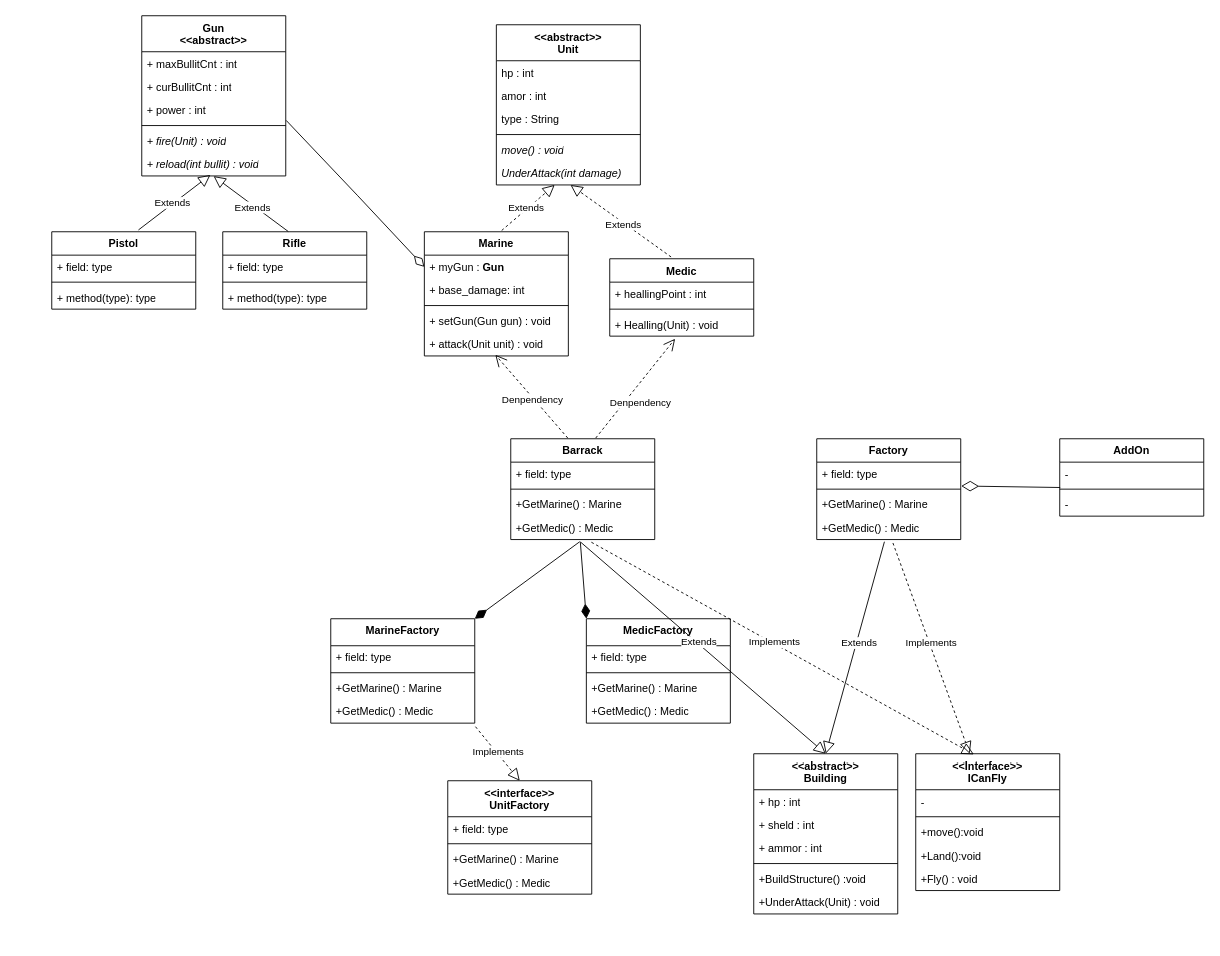
The draw.io diagram JAVABOOK/src/Ch35/02 StarCraft_new.drawio in STD-INFO-COMPUTING-WEB-2024-12-25/06_JAVA, before the edit. Source tidied: cells renumbered, new cells numbered last; positions are measured from the earlier drawing's top-left corner, leaving out a move shared by most shapes. Both pictures are drawn from the tidied source at 90%, with x=0, y=0 at pixel (51, 15).
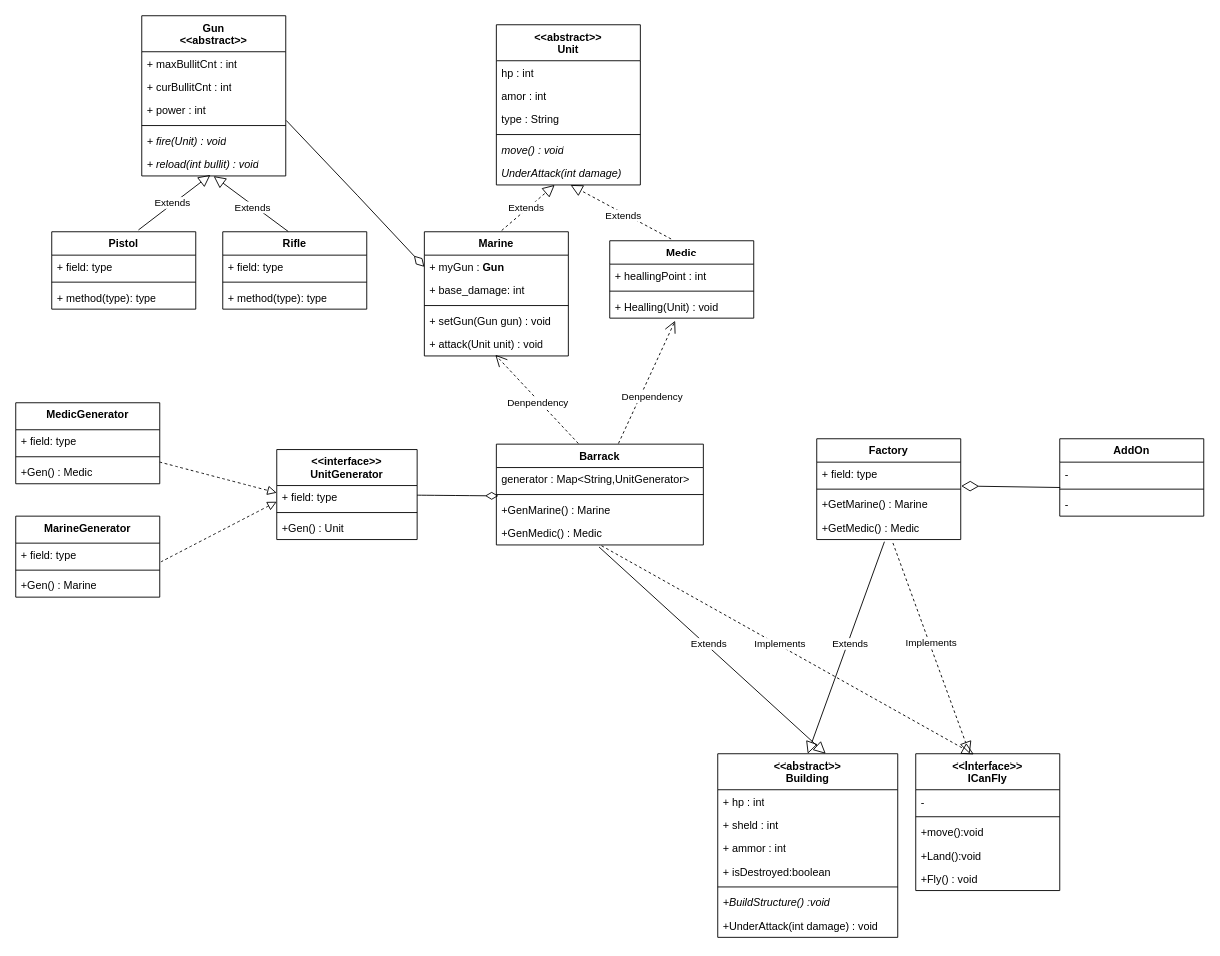
Above is the later version.

The change refers to these unchanged cells:
```xml
<mxCell id="58" value="+ field: type" style="text;strokeColor=none;fillColor=none;align=left;verticalAlign=top;spacingLeft=4;spacingRight=4;overflow=hidden;points=[[0,0.5],[1,0.5]];portConstraint=eastwest;whiteSpace=wrap;html=1;" parent="57" vertex="1">
  <mxGeometry y="30" width="160" height="26" as="geometry" />
</mxCell>
<mxCell id="87" value="&amp;lt;&amp;lt;Interface&amp;gt;&amp;gt;&lt;div&gt;&lt;/div&gt;&lt;div&gt;ICanFly&lt;/div&gt;" style="swimlane;fontStyle=1;align=center;verticalAlign=top;horizontal=1;startSize=40;whiteSpace=wrap;html=1;" parent="1" vertex="1">
  <mxGeometry x="960" y="820" width="160" height="152" as="geometry" />
</mxCell>
```

Diff of the diagram source:
```diff
@@
     <mxCell id="15" value="Medic" style="swimlane;fontStyle=1;align=center;verticalAlign=top;horizontal=1;startSize=26;whiteSpace=wrap;html=1;" parent="1" vertex="1">
-      <mxGeometry x="620" y="270" width="160" height="86" as="geometry" />
+      <mxGeometry x="620" y="250" width="160" height="86" as="geometry" />
     </mxCell>
@@
     <mxCell id="43" value="Barrack" style="swimlane;fontStyle=1;align=center;verticalAlign=top;horizontal=1;startSize=26;whiteSpace=wrap;html=1;" parent="1" vertex="1">
-      <mxGeometry x="510" y="470" width="160" height="112" as="geometry" />
+      <mxGeometry x="494" y="476" width="230" height="112" as="geometry" />
     </mxCell>
-    <mxCell id="44" value="+ field: type" style="text;strokeColor=none;fillColor=none;align=left;verticalAlign=top;spacingLeft=4;spacingRight=4;overflow=hidden;whiteSpace=wrap;html=1;" parent="43" vertex="1">
-      <mxGeometry y="26" width="160" height="26" as="geometry" />
+    <mxCell id="44" value="generator : Map&amp;lt;String,UnitGenerator&amp;gt;" style="text;strokeColor=none;fillColor=none;align=left;verticalAlign=top;spacingLeft=4;spacingRight=4;overflow=hidden;whiteSpace=wrap;html=1;" parent="43" vertex="1">
+      <mxGeometry y="26" width="230" height="26" as="geometry" />
     </mxCell>
     <mxCell id="45" style="line;strokeWidth=1;fillColor=none;align=left;verticalAlign=middle;spacingTop=-1;spacingLeft=3;spacingRight=3;labelPosition=right;points=[];portConstraint=eastwest;strokeColor=inherit;" parent="43" vertex="1">
-      <mxGeometry y="52" width="160" height="8" as="geometry" />
+      <mxGeometry y="52" width="230" height="8" as="geometry" />
     </mxCell>
-    <mxCell id="46" value="+GetMarine() : Marine" style="text;strokeColor=none;fillColor=none;align=left;verticalAlign=top;spacingLeft=4;spacingRight=4;overflow=hidden;whiteSpace=wrap;html=1;" parent="43" vertex="1">
-      <mxGeometry y="60" width="160" height="26" as="geometry" />
+    <mxCell id="46" value="+GenMarine() : Marine" style="text;strokeColor=none;fillColor=none;align=left;verticalAlign=top;spacingLeft=4;spacingRight=4;overflow=hidden;whiteSpace=wrap;html=1;" parent="43" vertex="1">
+      <mxGeometry y="60" width="230" height="26" as="geometry" />
     </mxCell>
-    <mxCell id="47" value="+GetMedic() : Medic" style="text;strokeColor=none;fillColor=none;align=left;verticalAlign=top;spacingLeft=4;spacingRight=4;overflow=hidden;points=[[0,0.5],[1,0.5]];portConstraint=eastwest;whiteSpace=wrap;html=1;" parent="43" vertex="1">
-      <mxGeometry y="86" width="160" height="26" as="geometry" />
+    <mxCell id="47" value="+GenMedic() : Medic" style="text;strokeColor=none;fillColor=none;align=left;verticalAlign=top;spacingLeft=4;spacingRight=4;overflow=hidden;points=[[0,0.5],[1,0.5]];portConstraint=eastwest;whiteSpace=wrap;html=1;" parent="43" vertex="1">
+      <mxGeometry y="86" width="230" height="26" as="geometry" />
     </mxCell>
@@
+    <mxCell id="102" style="edgeStyle=none;curved=1;rounded=0;jettySize=auto;html=1;fontSize=12;startSize=12;endSize=12;entryX=0.01;entryY=0.685;entryDx=0;entryDy=0;entryPerimeter=0;endArrow=diamondThin;endFill=0;" parent="1" edge="1" source="52" target="45">
+      <mxGeometry relative="1" as="geometry" />
+    </mxCell>
-    <mxCell id="52" value="&amp;lt;&amp;lt;interface&amp;gt;&amp;gt;&lt;div&gt;UnitFactory&lt;/div&gt;" style="swimlane;fontStyle=1;align=center;verticalAlign=top;horizontal=1;startSize=40;whiteSpace=wrap;html=1;" parent="1" vertex="1">
-      <mxGeometry x="440" y="850" width="160" height="126" as="geometry" />
+    <mxCell id="52" value="&amp;lt;&amp;lt;interface&amp;gt;&amp;gt;&lt;div&gt;UnitGenerator&lt;/div&gt;" style="swimlane;fontStyle=1;align=center;verticalAlign=top;horizontal=1;startSize=40;whiteSpace=wrap;html=1;" parent="1" vertex="1">
+      <mxGeometry x="250" y="482" width="156" height="100" as="geometry" />
     </mxCell>
     <mxCell id="53" value="+ field: type" style="text;strokeColor=none;fillColor=none;align=left;verticalAlign=top;spacingLeft=4;spacingRight=4;overflow=hidden;whiteSpace=wrap;html=1;" parent="52" vertex="1">
-      <mxGeometry y="40" width="160" height="26" as="geometry" />
+      <mxGeometry y="40" width="156" height="26" as="geometry" />
     </mxCell>
     <mxCell id="54" style="line;strokeWidth=1;fillColor=none;align=left;verticalAlign=middle;spacingTop=-1;spacingLeft=3;spacingRight=3;labelPosition=right;strokeColor=inherit;" parent="52" vertex="1">
-      <mxGeometry y="66" width="160" height="8" as="geometry" />
+      <mxGeometry y="66" width="156" height="8" as="geometry" />
     </mxCell>
-    <mxCell id="55" value="+GetMarine() : Marine" style="text;strokeColor=none;fillColor=none;align=left;verticalAlign=top;spacingLeft=4;spacingRight=4;overflow=hidden;whiteSpace=wrap;html=1;" parent="52" vertex="1">
-      <mxGeometry y="74" width="160" height="26" as="geometry" />
+    <mxCell id="55" value="+Gen() : Unit" style="text;strokeColor=none;fillColor=none;align=left;verticalAlign=top;spacingLeft=4;spacingRight=4;overflow=hidden;whiteSpace=wrap;html=1;" parent="52" vertex="1">
+      <mxGeometry y="74" width="156" height="26" as="geometry" />
     </mxCell>
-    <mxCell id="56" value="+GetMedic() : Medic" style="text;strokeColor=none;fillColor=none;align=left;verticalAlign=top;spacingLeft=4;spacingRight=4;overflow=hidden;whiteSpace=wrap;html=1;" parent="52" vertex="1">
-      <mxGeometry y="100" width="160" height="26" as="geometry" />
-    </mxCell>
-    <mxCell id="57" value="MarineFactory" style="swimlane;fontStyle=1;align=center;verticalAlign=top;horizontal=1;startSize=30;whiteSpace=wrap;html=1;" parent="1" vertex="1">
-      <mxGeometry x="310" y="670" width="160" height="116" as="geometry" />
+    <mxCell id="57" value="MarineGenerator" style="swimlane;fontStyle=1;align=center;verticalAlign=top;horizontal=1;startSize=30;whiteSpace=wrap;html=1;" parent="1" vertex="1">
+      <mxGeometry x="-40" y="556" width="160" height="90" as="geometry" />
     </mxCell>
@@
-    <mxCell id="60" value="+GetMarine() : Marine" style="text;strokeColor=none;fillColor=none;align=left;verticalAlign=top;spacingLeft=4;spacingRight=4;overflow=hidden;whiteSpace=wrap;html=1;" parent="57" vertex="1">
-      <mxGeometry y="64" width="160" height="26" as="geometry" />
-    </mxCell>
-    <mxCell id="61" value="+GetMedic() : Medic" style="text;strokeColor=none;fillColor=none;align=left;verticalAlign=top;spacingLeft=4;spacingRight=4;overflow=hidden;points=[[0,0.5],[1,0.5]];portConstraint=eastwest;whiteSpace=wrap;html=1;" parent="57" vertex="1">
-      <mxGeometry y="90" width="160" height="26" as="geometry" />
+    <mxCell id="61" value="+Gen() : Marine" style="text;strokeColor=none;fillColor=none;align=left;verticalAlign=top;spacingLeft=4;spacingRight=4;overflow=hidden;points=[[0,0.5],[1,0.5]];portConstraint=eastwest;whiteSpace=wrap;html=1;" parent="57" vertex="1">
+      <mxGeometry y="64" width="160" height="26" as="geometry" />
     </mxCell>
+    <mxCell id="103" style="edgeStyle=none;curved=1;rounded=0;jettySize=auto;html=1;fontSize=12;startSize=8;endSize=8;dashed=1;endArrow=block;endFill=0;" parent="1" edge="1" source="62">
+      <mxGeometry relative="1" as="geometry">
+        <mxPoint x="250" y="530" as="targetPoint" />
+      </mxGeometry>
+    </mxCell>
-    <mxCell id="62" value="MedicFactory" style="swimlane;fontStyle=1;align=center;verticalAlign=top;horizontal=1;startSize=30;whiteSpace=wrap;html=1;" parent="1" vertex="1">
-      <mxGeometry x="594" y="670" width="160" height="116" as="geometry" />
+    <mxCell id="62" value="MedicGenerator" style="swimlane;fontStyle=1;align=center;verticalAlign=top;horizontal=1;startSize=30;whiteSpace=wrap;html=1;" parent="1" vertex="1">
+      <mxGeometry x="-40" y="430" width="160" height="90" as="geometry" />
     </mxCell>
@@
-    <mxCell id="65" value="+GetMarine() : Marine" style="text;strokeColor=none;fillColor=none;align=left;verticalAlign=top;spacingLeft=4;spacingRight=4;overflow=hidden;whiteSpace=wrap;html=1;" parent="62" vertex="1">
-      <mxGeometry y="64" width="160" height="26" as="geometry" />
-    </mxCell>
-    <mxCell id="66" value="+GetMedic() : Medic" style="text;strokeColor=none;fillColor=none;align=left;verticalAlign=top;spacingLeft=4;spacingRight=4;overflow=hidden;whiteSpace=wrap;html=1;" parent="62" vertex="1">
-      <mxGeometry y="90" width="160" height="26" as="geometry" />
+    <mxCell id="66" value="+Gen() : Medic" style="text;strokeColor=none;fillColor=none;align=left;verticalAlign=top;spacingLeft=4;spacingRight=4;overflow=hidden;whiteSpace=wrap;html=1;" parent="62" vertex="1">
+      <mxGeometry y="64" width="160" height="26" as="geometry" />
     </mxCell>
-    <mxCell id="67" style="endArrow=block;html=1;rounded=0;exitX=1.005;exitY=1.151;exitDx=0;exitDy=0;exitPerimeter=0;endFill=0;endSize=11;entryX=0.5;entryY=0;entryDx=0;entryDy=0;dashed=1;" parent="1" edge="1" source="61" target="52">
-      <mxGeometry relative="1" as="geometry" />
-    </mxCell>
-    <mxCell id="68" value="Implements" style="edgeLabel;html=1;align=center;verticalAlign=middle;" parent="67" vertex="1">
-      <mxGeometry x="-0.05" y="2" relative="1" as="geometry" />
-    </mxCell>
-    <mxCell id="69" style="endArrow=block;html=1;rounded=0;exitX=0.487;exitY=1.119;exitDx=0;exitDy=0;exitPerimeter=0;endFill=0;endSize=11;" parent="1" edge="1" source="47">
+    <mxCell id="69" style="endArrow=block;html=1;rounded=0;exitX=0.496;exitY=1.086;exitDx=0;exitDy=0;exitPerimeter=0;endFill=0;endSize=11;" parent="1" edge="1" source="47">
       <mxGeometry relative="1" as="geometry">
         <mxPoint x="860" y="820" as="targetPoint" />
       </mxGeometry>
     </mxCell>
@@
-    <mxCell id="71" style="endArrow=diamondThin;html=1;rounded=0;exitX=0.479;exitY=1.093;exitDx=0;exitDy=0;exitPerimeter=0;entryX=1;entryY=0;entryDx=0;entryDy=0;endFill=1;endSize=14;" parent="1" edge="1" source="47" target="57">
-      <mxGeometry relative="1" as="geometry" />
-    </mxCell>
-    <mxCell id="72" style="endArrow=diamondThin;html=1;rounded=0;exitX=0.483;exitY=1.093;exitDx=0;exitDy=0;exitPerimeter=0;entryX=0;entryY=0;entryDx=0;entryDy=0;endFill=1;endSize=14;" parent="1" edge="1" source="47" target="62">
-      <mxGeometry relative="1" as="geometry" />
-    </mxCell>
@@
     <mxCell id="78" value="&lt;div&gt;&amp;lt;&amp;lt;abstract&amp;gt;&amp;gt;&lt;/div&gt;Building" style="swimlane;fontStyle=1;align=center;verticalAlign=top;horizontal=1;startSize=40;whiteSpace=wrap;html=1;" parent="1" vertex="1">
-      <mxGeometry x="780" y="820" width="160" height="178" as="geometry" />
+      <mxGeometry x="740" y="820" width="200" height="204" as="geometry" />
     </mxCell>
     <mxCell id="79" value="+ hp : int" style="text;strokeColor=none;fillColor=none;align=left;verticalAlign=top;spacingLeft=4;spacingRight=4;overflow=hidden;whiteSpace=wrap;html=1;" parent="78" vertex="1">
-      <mxGeometry y="40" width="160" height="26" as="geometry" />
+      <mxGeometry y="40" width="200" height="26" as="geometry" />
     </mxCell>
     <mxCell id="80" value="+ sheld : int&lt;div&gt;&lt;br&gt;&lt;/div&gt;" style="text;strokeColor=none;fillColor=none;align=left;verticalAlign=top;spacingLeft=4;spacingRight=4;overflow=hidden;whiteSpace=wrap;html=1;" parent="78" vertex="1">
-      <mxGeometry y="66" width="160" height="26" as="geometry" />
+      <mxGeometry y="66" width="200" height="26" as="geometry" />
     </mxCell>
     <mxCell id="81" value="&lt;div&gt;+ ammor : int&lt;/div&gt;" style="text;strokeColor=none;fillColor=none;align=left;verticalAlign=top;spacingLeft=4;spacingRight=4;overflow=hidden;whiteSpace=wrap;html=1;" parent="78" vertex="1">
-      <mxGeometry y="92" width="160" height="26" as="geometry" />
+      <mxGeometry y="92" width="200" height="26" as="geometry" />
     </mxCell>
+    <mxCell id="104" value="&lt;div&gt;+ isDestroyed:boolean&lt;/div&gt;" style="text;strokeColor=none;fillColor=none;align=left;verticalAlign=top;spacingLeft=4;spacingRight=4;overflow=hidden;whiteSpace=wrap;html=1;" parent="78" vertex="1">
+      <mxGeometry y="118" width="200" height="26" as="geometry" />
+    </mxCell>
     <mxCell id="82" style="line;strokeWidth=1;fillColor=none;align=left;verticalAlign=middle;spacingTop=-1;spacingLeft=3;spacingRight=3;labelPosition=right;strokeColor=inherit;" parent="78" vertex="1">
-      <mxGeometry y="118" width="160" height="8" as="geometry" />
+      <mxGeometry y="144" width="200" height="8" as="geometry" />
     </mxCell>
-    <mxCell id="83" value="+BuildStructure() :void" style="text;strokeColor=none;fillColor=none;align=left;verticalAlign=top;spacingLeft=4;spacingRight=4;overflow=hidden;whiteSpace=wrap;html=1;" parent="78" vertex="1">
-      <mxGeometry y="126" width="160" height="26" as="geometry" />
+    <mxCell id="83" value="+BuildStructure() :void" style="text;strokeColor=none;fillColor=none;align=left;verticalAlign=top;spacingLeft=4;spacingRight=4;overflow=hidden;whiteSpace=wrap;html=1;fontStyle=2;" parent="78" vertex="1">
+      <mxGeometry y="152" width="200" height="26" as="geometry" />
     </mxCell>
-    <mxCell id="84" value="+UnderAttack(Unit) : void" style="text;strokeColor=none;fillColor=none;align=left;verticalAlign=top;spacingLeft=4;spacingRight=4;overflow=hidden;whiteSpace=wrap;html=1;" parent="78" vertex="1">
-      <mxGeometry y="152" width="160" height="26" as="geometry" />
+    <mxCell id="84" value="+UnderAttack(int damage) : void" style="text;strokeColor=none;fillColor=none;align=left;verticalAlign=top;spacingLeft=4;spacingRight=4;overflow=hidden;whiteSpace=wrap;html=1;" parent="78" vertex="1">
+      <mxGeometry y="178" width="200" height="26" as="geometry" />
     </mxCell>
@@
-    <mxCell id="93" style="endArrow=block;html=1;rounded=0;exitX=0.56;exitY=1.115;exitDx=0;exitDy=0;exitPerimeter=0;endFill=0;endSize=11;entryX=0.404;entryY=0.005;entryDx=0;entryDy=0;entryPerimeter=0;dashed=1;" parent="1" edge="1" source="47" target="87">
+    <mxCell id="93" style="endArrow=block;html=1;rounded=0;exitX=0.508;exitY=1.033;exitDx=0;exitDy=0;exitPerimeter=0;endFill=0;endSize=11;entryX=0.404;entryY=0.005;entryDx=0;entryDy=0;entryPerimeter=0;dashed=1;" parent="1" edge="1" source="47" target="87">
       <mxGeometry relative="1" as="geometry" />
     </mxCell>
@@
+    <mxCell id="105" style="edgeStyle=none;curved=1;rounded=0;jettySize=auto;html=1;fontSize=12;startSize=8;endSize=8;dashed=1;endArrow=block;endFill=0;exitX=1.008;exitY=0.8;exitDx=0;exitDy=0;exitPerimeter=0;" parent="1" edge="1" source="58">
+      <mxGeometry relative="1" as="geometry">
+        <mxPoint x="250" y="540" as="targetPoint" />
+      </mxGeometry>
+    </mxCell>
```
